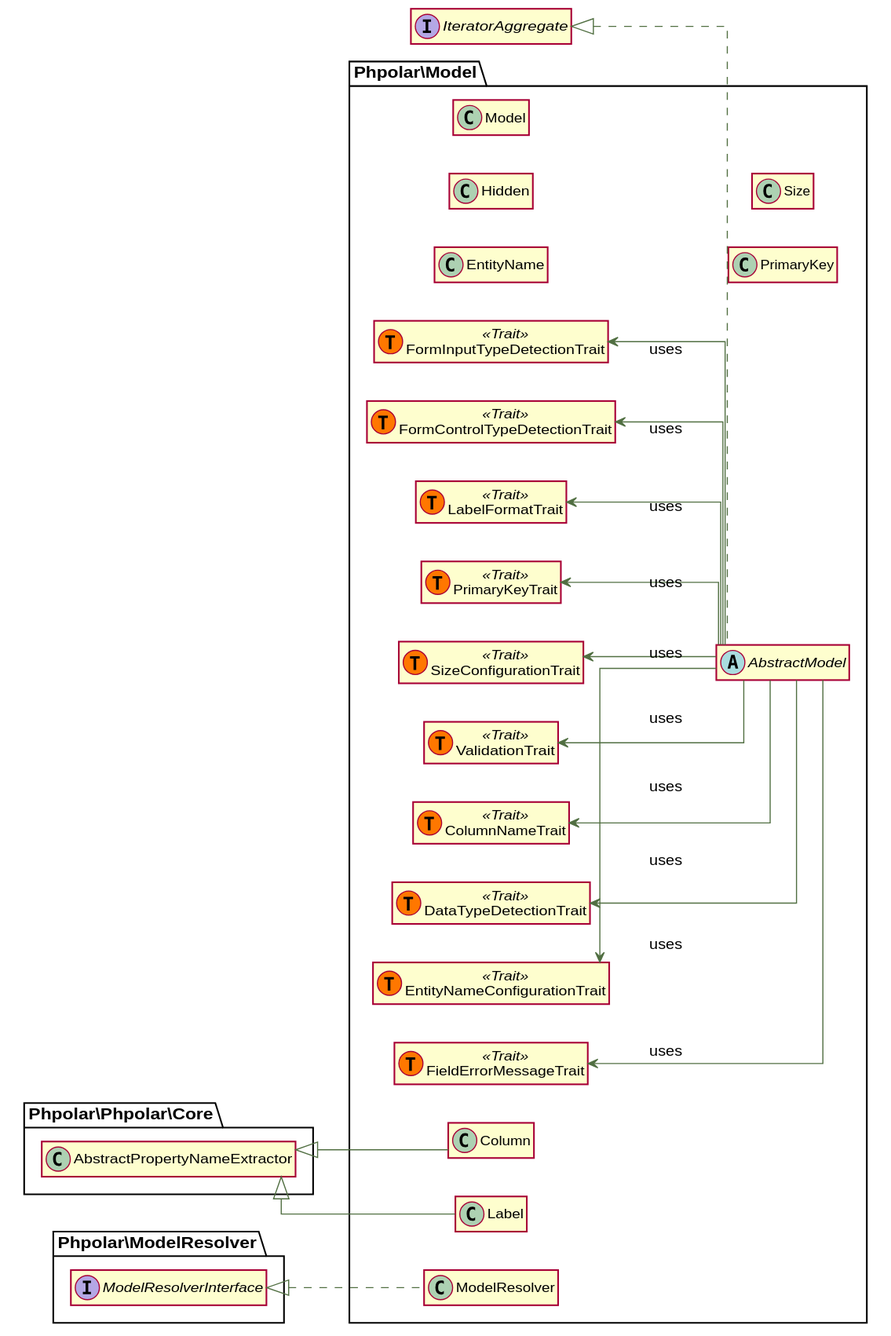
Before: docs/graphs/classes.svg, a diagram exported from PlantUML (phpolar/model).
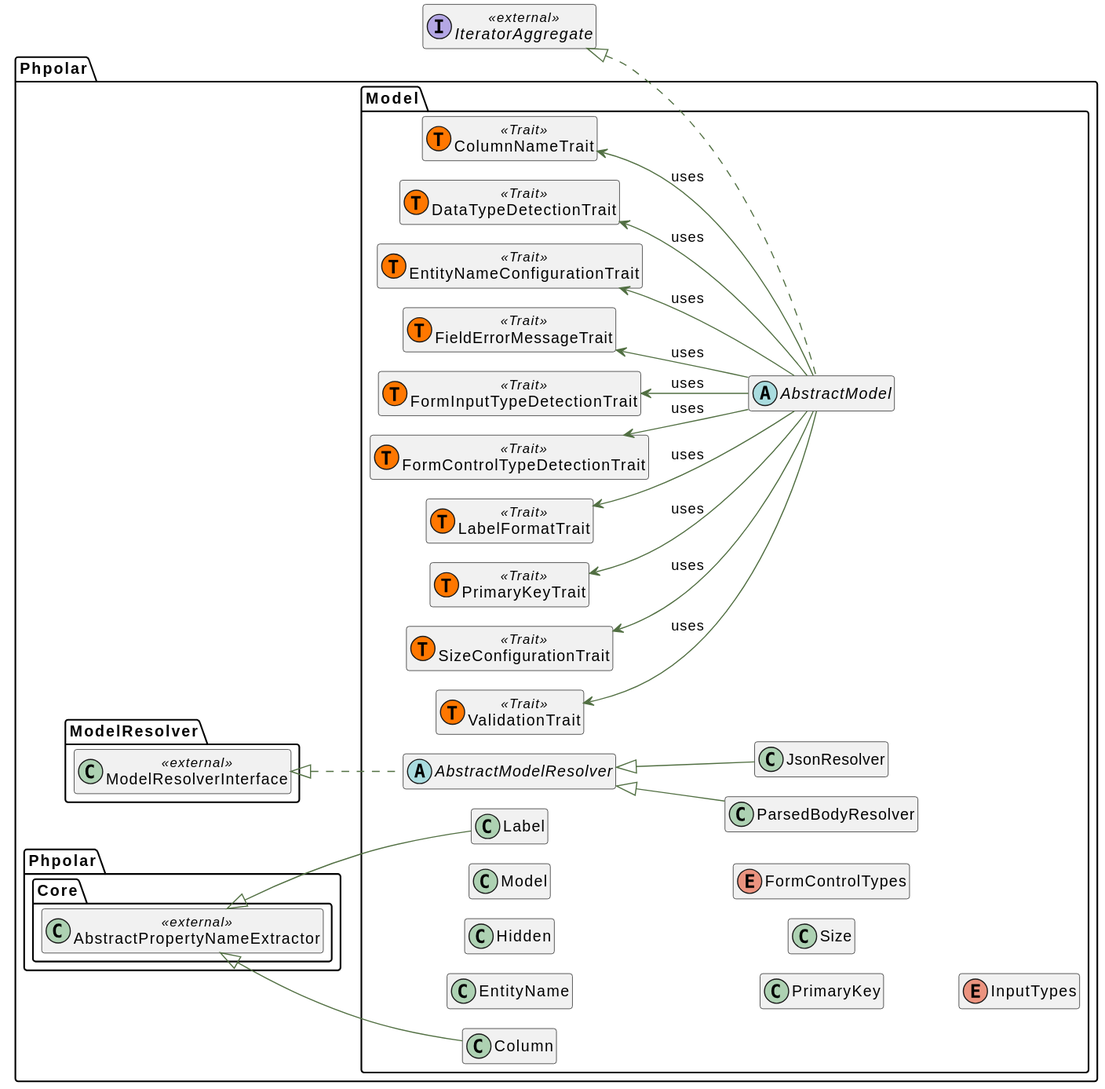
The same file after the commit.

Change to the diagram source:
```diff
@@ -1,4 +1,5 @@
 @startuml
+!pragma layout smetana
    skinparam ArrowColor #516f42
    skinparam activityBorderColor #516f42
    skinparam activityBackgroundColor #ffffff
@@ -12,72 +13,116 @@
 left to right direction
 set namespaceSeparator \\
 
-\\Phpolar\\Model\\ColumnNameTrait <-- \\Phpolar\\Model\\AbstractModel : uses
-\\Phpolar\\Model\\DataTypeDetectionTrait <-- \\Phpolar\\Model\\AbstractModel : uses
-\\Phpolar\\Model\\EntityNameConfigurationTrait <-- \\Phpolar\\Model\\AbstractModel : uses
-\\Phpolar\\Model\\FieldErrorMessageTrait <-- \\Phpolar\\Model\\AbstractModel : uses
-\\Phpolar\\Model\\FormInputTypeDetectionTrait <-- \\Phpolar\\Model\\AbstractModel : uses
-\\Phpolar\\Model\\FormControlTypeDetectionTrait <-- \\Phpolar\\Model\\AbstractModel : uses
-\\Phpolar\\Model\\LabelFormatTrait <-- \\Phpolar\\Model\\AbstractModel : uses
-\\Phpolar\\Model\\PrimaryKeyTrait <-- \\Phpolar\\Model\\AbstractModel : uses
-\\Phpolar\\Model\\SizeConfigurationTrait <-- \\Phpolar\\Model\\AbstractModel : uses
-\\Phpolar\\Model\\ValidationTrait <-- \\Phpolar\\Model\\AbstractModel : uses
-
-abstract class \\Phpolar\\Model\\AbstractModel implements \\IteratorAggregate {
+interface "IteratorAggregate" as IteratorAggregate__class << external >>{
 }
-
-class \\Phpolar\\Model\\Column extends \\Phpolar\\Phpolar\\Core\\AbstractPropertyNameExtractor {
+namespace Phpolar\\Model {
+    class "ColumnNameTrait"  as ColumnNameTrait__trait << (T,#FF7700) Trait >> {
+    }
 }
-
-class \\Phpolar\\Model\\EntityName {
+namespace Phpolar\\Model {
+    class "DataTypeDetectionTrait"  as DataTypeDetectionTrait__trait << (T,#FF7700) Trait >> {
+    }
 }
-
-class \\Phpolar\\Model\\Hidden {
+namespace Phpolar\\Model {
+    class "EntityNameConfigurationTrait"  as EntityNameConfigurationTrait__trait << (T,#FF7700) Trait >> {
+    }
 }
-
-class \\Phpolar\\Model\\Label extends \\Phpolar\\Phpolar\\Core\\AbstractPropertyNameExtractor {
+namespace Phpolar\\Model {
+    class "FieldErrorMessageTrait"  as FieldErrorMessageTrait__trait << (T,#FF7700) Trait >> {
+    }
 }
-
-class \\Phpolar\\Model\\Model {
+namespace Phpolar\\Model {
+    class "FormInputTypeDetectionTrait"  as FormInputTypeDetectionTrait__trait << (T,#FF7700) Trait >> {
+    }
 }
-
-class \\Phpolar\\Model\\ModelResolver implements \\Phpolar\\ModelResolver\\ModelResolverInterface {
+namespace Phpolar\\Model {
+    class "FormControlTypeDetectionTrait"  as FormControlTypeDetectionTrait__trait << (T,#FF7700) Trait >> {
+    }
 }
-
-class \\Phpolar\\Model\\PrimaryKey {
+namespace Phpolar\\Model {
+    class "LabelFormatTrait"  as LabelFormatTrait__trait << (T,#FF7700) Trait >> {
+    }
 }
-
-class \\Phpolar\\Model\\Size {
+namespace Phpolar\\Model {
+    class "PrimaryKeyTrait"  as PrimaryKeyTrait__trait << (T,#FF7700) Trait >> {
+    }
 }
-
-class \\Phpolar\\Model\\ColumnNameTrait << (T,#FF7700) Trait >> {
+namespace Phpolar\\Model {
+    class "SizeConfigurationTrait"  as SizeConfigurationTrait__trait << (T,#FF7700) Trait >> {
+    }
 }
-
-class \\Phpolar\\Model\\DataTypeDetectionTrait << (T,#FF7700) Trait >> {
+namespace Phpolar\\Model {
+    class "ValidationTrait"  as ValidationTrait__trait << (T,#FF7700) Trait >> {
+    }
 }
-
-class \\Phpolar\\Model\\EntityNameConfigurationTrait << (T,#FF7700) Trait >> {
+\\Phpolar\\Model\\ColumnNameTrait__trait <-- \\Phpolar\\Model\\AbstractModel__class : uses
+\\Phpolar\\Model\\DataTypeDetectionTrait__trait <-- \\Phpolar\\Model\\AbstractModel__class : uses
+\\Phpolar\\Model\\EntityNameConfigurationTrait__trait <-- \\Phpolar\\Model\\AbstractModel__class : uses
+\\Phpolar\\Model\\FieldErrorMessageTrait__trait <-- \\Phpolar\\Model\\AbstractModel__class : uses
+\\Phpolar\\Model\\FormInputTypeDetectionTrait__trait <-- \\Phpolar\\Model\\AbstractModel__class : uses
+\\Phpolar\\Model\\FormControlTypeDetectionTrait__trait <-- \\Phpolar\\Model\\AbstractModel__class : uses
+\\Phpolar\\Model\\LabelFormatTrait__trait <-- \\Phpolar\\Model\\AbstractModel__class : uses
+\\Phpolar\\Model\\PrimaryKeyTrait__trait <-- \\Phpolar\\Model\\AbstractModel__class : uses
+\\Phpolar\\Model\\SizeConfigurationTrait__trait <-- \\Phpolar\\Model\\AbstractModel__class : uses
+\\Phpolar\\Model\\ValidationTrait__trait <-- \\Phpolar\\Model\\AbstractModel__class : uses
+namespace Phpolar\\Model {
+    abstract  class "AbstractModel" as AbstractModel__class    implements \\IteratorAggregate__class {
+    }
 }
-
-class \\Phpolar\\Model\\FieldErrorMessageTrait << (T,#FF7700) Trait >> {
+namespace Phpolar\\ModelResolver {
+    class "ModelResolverInterface" as ModelResolverInterface__class << external >>{
+    }
 }
-
-class \\Phpolar\\Model\\FormControlTypeDetectionTrait << (T,#FF7700) Trait >> {
+namespace Phpolar\\Model {
+    abstract  class "AbstractModelResolver" as AbstractModelResolver__class    implements \\Phpolar\\ModelResolver\\ModelResolverInterface__class {
+    }
 }
-
-class \\Phpolar\\Model\\FormInputTypeDetectionTrait << (T,#FF7700) Trait >> {
+namespace Phpolar\\Phpolar\\Core {
+    class "AbstractPropertyNameExtractor" as AbstractPropertyNameExtractor__class << external >>{
+    }
 }
-
-class \\Phpolar\\Model\\LabelFormatTrait << (T,#FF7700) Trait >> {
+namespace Phpolar\\Model {
+     class "Column" as Column__class   extends \\Phpolar\\Phpolar\\Core\\AbstractPropertyNameExtractor__class  {
+    }
 }
-
-class \\Phpolar\\Model\\PrimaryKeyTrait << (T,#FF7700) Trait >> {
+namespace Phpolar\\Model {
+     class "EntityName" as EntityName__class    {
+    }
 }
-
-class \\Phpolar\\Model\\SizeConfigurationTrait << (T,#FF7700) Trait >> {
+namespace Phpolar\\Model {
+     class "Hidden" as Hidden__class    {
+    }
 }
-
-class \\Phpolar\\Model\\ValidationTrait << (T,#FF7700) Trait >> {
+namespace Phpolar\\Model {
+     class "JsonResolver" as JsonResolver__class   extends \\Phpolar\\Model\\AbstractModelResolver__class  {
+    }
 }
-
+namespace Phpolar\\Model {
+     class "Label" as Label__class   extends \\Phpolar\\Phpolar\\Core\\AbstractPropertyNameExtractor__class  {
+    }
+}
+namespace Phpolar\\Model {
+     class "Model" as Model__class    {
+    }
+}
+namespace Phpolar\\Model {
+     class "ParsedBodyResolver" as ParsedBodyResolver__class   extends \\Phpolar\\Model\\AbstractModelResolver__class  {
+    }
+}
+namespace Phpolar\\Model {
+     class "PrimaryKey" as PrimaryKey__class    {
+    }
+}
+namespace Phpolar\\Model {
+     class "Size" as Size__class    {
+    }
+}
+namespace Phpolar\\Model {
+    enum "FormControlTypes" as FormControlTypes__enum {
+    }
+}
+namespace Phpolar\\Model {
+    enum "InputTypes" as InputTypes__enum {
+    }
+}
 @enduml
```
